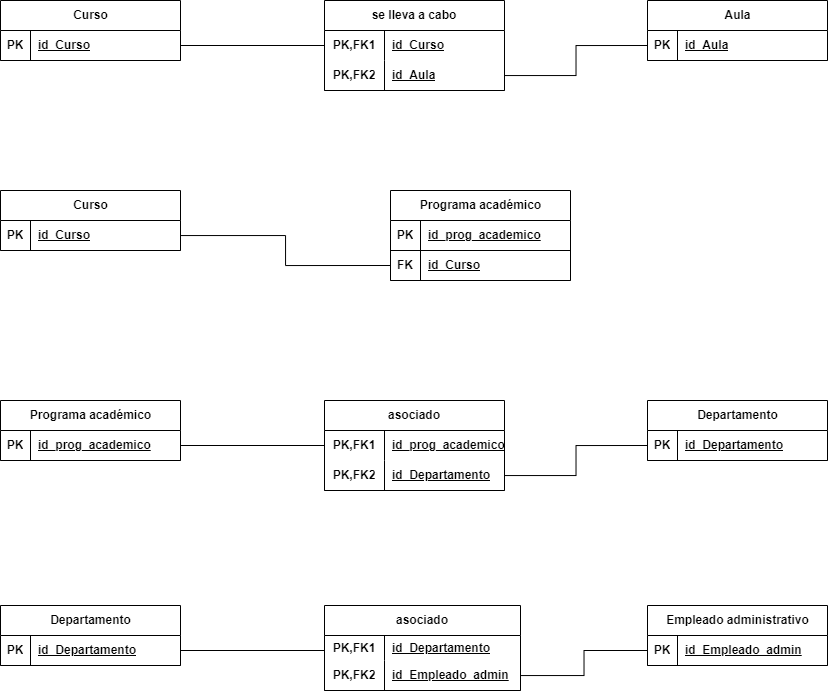
This is modelo-relacional/modelo-relacional.drawio.png from RafaelMayor/proyectoBBDD, a draw.io export, as it was before one commit. Source tidied: cells renumbered, new cells last; positions are measured from the earlier drawing's top-left corner, leaving out a move shared by most shapes.
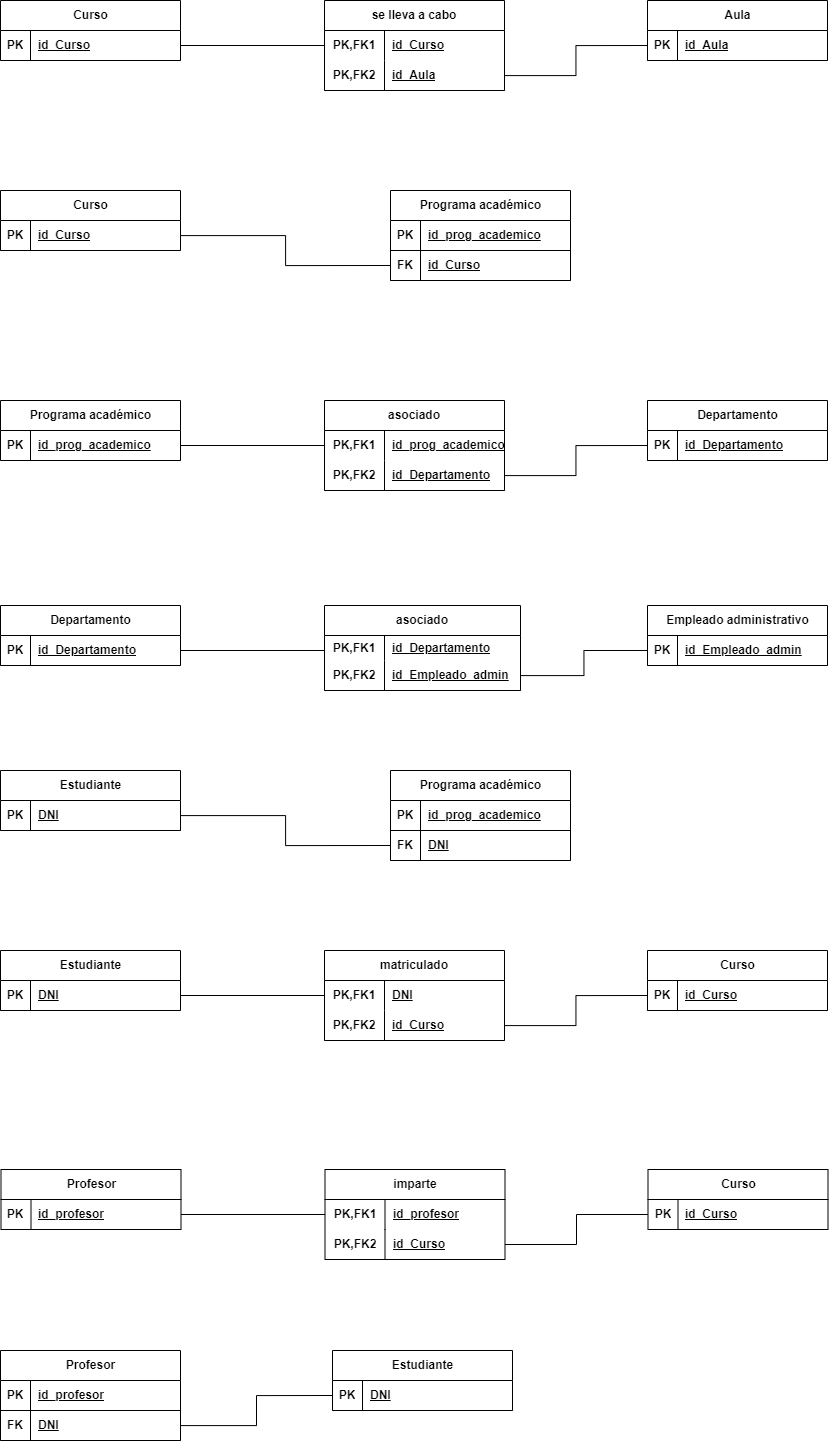
The same diagram one commit later.

The edit, as a diff of the source:
```diff
@@ -195,5 +195,179 @@
         </Array>
       </mxGeometry>
     </mxCell>
+    <mxCell id="65" value="Estudiante" style="shape=table;startSize=30;rowLines=0;fontStyle=1;align=center;html=1;" parent="1" vertex="1">
+      <mxGeometry y="770" width="180" height="60" as="geometry" />
+    </mxCell>
+    <mxCell id="66" style="shape=tableRow;horizontal=0;startSize=0;swimlaneHead=0;swimlaneBody=0;fillColor=none;points=[[0,0.5],[1,0.5]];portConstraint=eastwest;top=0;left=0;right=0;bottom=1;" parent="65" vertex="1">
+      <mxGeometry y="30" width="180" height="30" as="geometry" />
+    </mxCell>
+    <mxCell id="67" value="PK" style="shape=partialRectangle;fillColor=none;top=0;left=0;bottom=0;right=0;fontStyle=1;overflow=hidden;whiteSpace=wrap;html=1;" parent="66" vertex="1">
+      <mxGeometry width="30" height="30" as="geometry" />
+    </mxCell>
+    <mxCell id="68" value="DNI" style="shape=partialRectangle;fillColor=none;top=0;left=0;bottom=0;right=0;align=left;spacingLeft=6;fontStyle=5;overflow=hidden;whiteSpace=wrap;html=1;" parent="66" vertex="1">
+      <mxGeometry x="30" width="150" height="30" as="geometry" />
+    </mxCell>
+    <mxCell id="69" value="Programa académico" style="shape=table;startSize=30;rowLines=0;fontStyle=1;align=center;html=1;" parent="1" vertex="1">
+      <mxGeometry x="390" y="770" width="180" height="90" as="geometry" />
+    </mxCell>
+    <mxCell id="70" style="shape=tableRow;horizontal=0;startSize=0;swimlaneHead=0;swimlaneBody=0;fillColor=none;top=0;left=0;right=0;bottom=1;" parent="69" vertex="1">
+      <mxGeometry y="30" width="180" height="30" as="geometry" />
+    </mxCell>
+    <mxCell id="71" value="PK" style="shape=partialRectangle;fillColor=none;top=0;left=0;bottom=0;right=0;fontStyle=1;overflow=hidden;whiteSpace=wrap;html=1;" parent="70" vertex="1">
+      <mxGeometry width="30" height="30" as="geometry" />
+    </mxCell>
+    <mxCell id="72" value="id_prog_academico" style="shape=partialRectangle;fillColor=none;top=0;left=0;bottom=0;right=0;align=left;spacingLeft=6;fontStyle=5;overflow=hidden;whiteSpace=wrap;html=1;" parent="70" vertex="1">
+      <mxGeometry x="30" width="150" height="30" as="geometry" />
+    </mxCell>
+    <mxCell id="73" style="shape=tableRow;horizontal=0;startSize=0;swimlaneHead=0;swimlaneBody=0;fillColor=none;points=[[0,0.5],[1,0.5]];portConstraint=eastwest;top=0;left=0;right=0;bottom=1;" parent="69" vertex="1">
+      <mxGeometry y="60" width="180" height="30" as="geometry" />
+    </mxCell>
+    <mxCell id="74" value="FK" style="shape=partialRectangle;fillColor=none;top=0;left=0;bottom=0;right=0;fontStyle=1;overflow=hidden;whiteSpace=wrap;html=1;" parent="73" vertex="1">
+      <mxGeometry width="30" height="30" as="geometry" />
+    </mxCell>
+    <mxCell id="75" value="DNI" style="shape=partialRectangle;fillColor=none;top=0;left=0;bottom=0;right=0;align=left;spacingLeft=6;fontStyle=5;overflow=hidden;whiteSpace=wrap;html=1;" parent="73" vertex="1">
+      <mxGeometry x="30" width="150" height="30" as="geometry" />
+    </mxCell>
+    <mxCell id="76" style="edgeStyle=orthogonalEdgeStyle;rounded=0;jettySize=auto;html=1;entryX=0;entryY=0.5;entryDx=0;entryDy=0;endArrow=none;endFill=0;" parent="1" edge="1" source="66" target="73">
+      <mxGeometry relative="1" as="geometry" />
+    </mxCell>
+    <mxCell id="77" value="matriculado" style="shape=table;startSize=30;rowLines=0;fontStyle=1;align=center;html=1;whiteSpace=wrap;" parent="1" vertex="1">
+      <mxGeometry x="324" y="950" width="180" height="90" as="geometry" />
+    </mxCell>
+    <mxCell id="78" style="shape=tableRow;horizontal=0;startSize=0;swimlaneHead=0;swimlaneBody=0;fillColor=none;points=[[0,0.5],[1,0.5]];portConstraint=eastwest;top=0;left=0;right=0;bottom=0;html=1;" parent="77" vertex="1">
+      <mxGeometry y="30" width="180" height="30" as="geometry" />
+    </mxCell>
+    <mxCell id="79" value="PK,FK1" style="shape=partialRectangle;fillColor=none;top=0;left=0;bottom=0;right=0;fontStyle=1;overflow=hidden;html=1;whiteSpace=wrap;" parent="78" vertex="1">
+      <mxGeometry width="60" height="30" as="geometry" />
+    </mxCell>
+    <mxCell id="80" value="DNI" style="shape=partialRectangle;fillColor=none;top=0;left=0;bottom=0;right=0;align=left;spacingLeft=6;fontStyle=5;overflow=hidden;html=1;whiteSpace=wrap;" parent="78" vertex="1">
+      <mxGeometry x="60" width="120" height="30" as="geometry" />
+    </mxCell>
+    <mxCell id="81" style="shape=tableRow;horizontal=0;startSize=0;swimlaneHead=0;swimlaneBody=0;fillColor=none;points=[[0,0.5],[1,0.5]];portConstraint=eastwest;top=0;left=0;right=0;bottom=1;html=1;" parent="77" vertex="1">
+      <mxGeometry y="60" width="180" height="30" as="geometry" />
+    </mxCell>
+    <mxCell id="82" value="PK,FK2" style="shape=partialRectangle;fillColor=none;top=0;left=0;bottom=0;right=0;fontStyle=1;overflow=hidden;html=1;whiteSpace=wrap;" parent="81" vertex="1">
+      <mxGeometry width="60" height="30" as="geometry" />
+    </mxCell>
+    <mxCell id="83" value="id_Curso" style="shape=partialRectangle;fillColor=none;top=0;left=0;bottom=0;right=0;align=left;spacingLeft=6;fontStyle=5;overflow=hidden;html=1;whiteSpace=wrap;" parent="81" vertex="1">
+      <mxGeometry x="60" width="120" height="30" as="geometry" />
+    </mxCell>
+    <mxCell id="84" value="Curso" style="shape=table;startSize=30;rowLines=0;fontStyle=1;align=center;html=1;" parent="1" vertex="1">
+      <mxGeometry x="647" y="950" width="180" height="60" as="geometry" />
+    </mxCell>
+    <mxCell id="85" style="shape=tableRow;horizontal=0;startSize=0;swimlaneHead=0;swimlaneBody=0;fillColor=none;points=[[0,0.5],[1,0.5]];portConstraint=eastwest;top=0;left=0;right=0;bottom=1;" parent="84" vertex="1">
+      <mxGeometry y="30" width="180" height="30" as="geometry" />
+    </mxCell>
+    <mxCell id="86" value="PK" style="shape=partialRectangle;fillColor=none;top=0;left=0;bottom=0;right=0;fontStyle=1;overflow=hidden;whiteSpace=wrap;html=1;" parent="85" vertex="1">
+      <mxGeometry width="30" height="30" as="geometry" />
+    </mxCell>
+    <mxCell id="87" value="id_Curso" style="shape=partialRectangle;fillColor=none;top=0;left=0;bottom=0;right=0;align=left;spacingLeft=6;fontStyle=5;overflow=hidden;whiteSpace=wrap;html=1;" parent="85" vertex="1">
+      <mxGeometry x="30" width="150" height="30" as="geometry" />
+    </mxCell>
+    <mxCell id="88" value="Estudiante" style="shape=table;startSize=30;rowLines=0;fontStyle=1;align=center;html=1;" parent="1" vertex="1">
+      <mxGeometry y="950" width="180" height="60" as="geometry" />
+    </mxCell>
+    <mxCell id="89" style="shape=tableRow;horizontal=0;startSize=0;swimlaneHead=0;swimlaneBody=0;fillColor=none;points=[[0,0.5],[1,0.5]];portConstraint=eastwest;top=0;left=0;right=0;bottom=1;" parent="88" vertex="1">
+      <mxGeometry y="30" width="180" height="30" as="geometry" />
+    </mxCell>
+    <mxCell id="90" value="PK" style="shape=partialRectangle;fillColor=none;top=0;left=0;bottom=0;right=0;fontStyle=1;overflow=hidden;whiteSpace=wrap;html=1;" parent="89" vertex="1">
+      <mxGeometry width="30" height="30" as="geometry" />
+    </mxCell>
+    <mxCell id="91" value="DNI" style="shape=partialRectangle;fillColor=none;top=0;left=0;bottom=0;right=0;align=left;spacingLeft=6;fontStyle=5;overflow=hidden;whiteSpace=wrap;html=1;" parent="89" vertex="1">
+      <mxGeometry x="30" width="150" height="30" as="geometry" />
+    </mxCell>
+    <mxCell id="92" style="edgeStyle=orthogonalEdgeStyle;rounded=0;jettySize=auto;html=1;entryX=0;entryY=0.5;entryDx=0;entryDy=0;endArrow=none;endFill=0;" parent="1" edge="1" source="89" target="78">
+      <mxGeometry relative="1" as="geometry" />
+    </mxCell>
+    <mxCell id="93" style="edgeStyle=orthogonalEdgeStyle;rounded=0;jettySize=auto;html=1;entryX=0;entryY=0.5;entryDx=0;entryDy=0;endArrow=none;endFill=0;" parent="1" edge="1" source="81" target="85">
+      <mxGeometry relative="1" as="geometry" />
+    </mxCell>
+    <mxCell id="94" value="imparte" style="shape=table;startSize=30;rowLines=0;fontStyle=1;align=center;html=1;whiteSpace=wrap;" parent="1" vertex="1">
+      <mxGeometry x="324.5" y="1169" width="180" height="90" as="geometry" />
+    </mxCell>
+    <mxCell id="95" style="shape=tableRow;horizontal=0;startSize=0;swimlaneHead=0;swimlaneBody=0;fillColor=none;points=[[0,0.5],[1,0.5]];portConstraint=eastwest;top=0;left=0;right=0;bottom=0;html=1;" parent="94" vertex="1">
+      <mxGeometry y="30" width="180" height="30" as="geometry" />
+    </mxCell>
+    <mxCell id="96" value="PK,FK1" style="shape=partialRectangle;fillColor=none;top=0;left=0;bottom=0;right=0;fontStyle=1;overflow=hidden;html=1;whiteSpace=wrap;" parent="95" vertex="1">
+      <mxGeometry width="60" height="30" as="geometry" />
+    </mxCell>
+    <mxCell id="97" value="id_profesor" style="shape=partialRectangle;fillColor=none;top=0;left=0;bottom=0;right=0;align=left;spacingLeft=6;fontStyle=5;overflow=hidden;html=1;whiteSpace=wrap;" parent="95" vertex="1">
+      <mxGeometry x="60" width="120" height="30" as="geometry" />
+    </mxCell>
+    <mxCell id="98" style="shape=tableRow;horizontal=0;startSize=0;swimlaneHead=0;swimlaneBody=0;fillColor=none;points=[[0,0.5],[1,0.5]];portConstraint=eastwest;top=0;left=0;right=0;bottom=1;html=1;" parent="94" vertex="1">
+      <mxGeometry y="60" width="180" height="30" as="geometry" />
+    </mxCell>
+    <mxCell id="99" value="PK,FK2" style="shape=partialRectangle;fillColor=none;top=0;left=0;bottom=0;right=0;fontStyle=1;overflow=hidden;html=1;whiteSpace=wrap;" parent="98" vertex="1">
+      <mxGeometry width="60" height="30" as="geometry" />
+    </mxCell>
+    <mxCell id="100" value="id_Curso" style="shape=partialRectangle;fillColor=none;top=0;left=0;bottom=0;right=0;align=left;spacingLeft=6;fontStyle=5;overflow=hidden;html=1;whiteSpace=wrap;" parent="98" vertex="1">
+      <mxGeometry x="60" width="120" height="30" as="geometry" />
+    </mxCell>
+    <mxCell id="101" value="Curso" style="shape=table;startSize=30;rowLines=0;fontStyle=1;align=center;html=1;" parent="1" vertex="1">
+      <mxGeometry x="647.5" y="1169" width="180" height="60" as="geometry" />
+    </mxCell>
+    <mxCell id="102" style="shape=tableRow;horizontal=0;startSize=0;swimlaneHead=0;swimlaneBody=0;fillColor=none;points=[[0,0.5],[1,0.5]];portConstraint=eastwest;top=0;left=0;right=0;bottom=1;" parent="101" vertex="1">
+      <mxGeometry y="30" width="180" height="30" as="geometry" />
+    </mxCell>
+    <mxCell id="103" value="PK" style="shape=partialRectangle;fillColor=none;top=0;left=0;bottom=0;right=0;fontStyle=1;overflow=hidden;whiteSpace=wrap;html=1;" parent="102" vertex="1">
+      <mxGeometry width="30" height="30" as="geometry" />
+    </mxCell>
+    <mxCell id="104" value="id_Curso" style="shape=partialRectangle;fillColor=none;top=0;left=0;bottom=0;right=0;align=left;spacingLeft=6;fontStyle=5;overflow=hidden;whiteSpace=wrap;html=1;" parent="102" vertex="1">
+      <mxGeometry x="30" width="150" height="30" as="geometry" />
+    </mxCell>
+    <mxCell id="105" value="Profesor" style="shape=table;startSize=30;rowLines=0;fontStyle=1;align=center;html=1;" parent="1" vertex="1">
+      <mxGeometry x="0.5" y="1169" width="180" height="60" as="geometry" />
+    </mxCell>
+    <mxCell id="106" style="shape=tableRow;horizontal=0;startSize=0;swimlaneHead=0;swimlaneBody=0;fillColor=none;points=[[0,0.5],[1,0.5]];portConstraint=eastwest;top=0;left=0;right=0;bottom=1;" parent="105" vertex="1">
+      <mxGeometry y="30" width="180" height="30" as="geometry" />
+    </mxCell>
+    <mxCell id="107" value="PK" style="shape=partialRectangle;fillColor=none;top=0;left=0;bottom=0;right=0;fontStyle=1;overflow=hidden;whiteSpace=wrap;html=1;" parent="106" vertex="1">
+      <mxGeometry width="30" height="30" as="geometry" />
+    </mxCell>
+    <mxCell id="108" value="id_profesor" style="shape=partialRectangle;fillColor=none;top=0;left=0;bottom=0;right=0;align=left;spacingLeft=6;fontStyle=5;overflow=hidden;whiteSpace=wrap;html=1;" parent="106" vertex="1">
+      <mxGeometry x="30" width="150" height="30" as="geometry" />
+    </mxCell>
+    <mxCell id="109" style="edgeStyle=orthogonalEdgeStyle;rounded=0;jettySize=auto;html=1;entryX=0;entryY=0.5;entryDx=0;entryDy=0;endArrow=none;endFill=0;" parent="1" edge="1" source="106" target="95">
+      <mxGeometry relative="1" as="geometry" />
+    </mxCell>
+    <mxCell id="110" style="edgeStyle=orthogonalEdgeStyle;rounded=0;jettySize=auto;html=1;entryX=0;entryY=0.5;entryDx=0;entryDy=0;endArrow=none;endFill=0;" parent="1" edge="1" source="98" target="102">
+      <mxGeometry relative="1" as="geometry" />
+    </mxCell>
+    <mxCell id="111" value="Profesor" style="shape=table;startSize=30;rowLines=0;fontStyle=1;align=center;html=1;" parent="1" vertex="1">
+      <mxGeometry y="1350" width="180" height="90" as="geometry" />
+    </mxCell>
+    <mxCell id="112" style="shape=tableRow;horizontal=0;startSize=0;swimlaneHead=0;swimlaneBody=0;fillColor=none;top=0;left=0;right=0;bottom=1;" parent="111" vertex="1">
+      <mxGeometry y="30" width="180" height="30" as="geometry" />
+    </mxCell>
+    <mxCell id="113" value="PK" style="shape=partialRectangle;fillColor=none;top=0;left=0;bottom=0;right=0;fontStyle=1;overflow=hidden;whiteSpace=wrap;html=1;" parent="112" vertex="1">
+      <mxGeometry width="30" height="30" as="geometry" />
+    </mxCell>
+    <mxCell id="114" value="id_profesor" style="shape=partialRectangle;fillColor=none;top=0;left=0;bottom=0;right=0;align=left;spacingLeft=6;fontStyle=5;overflow=hidden;whiteSpace=wrap;html=1;" parent="112" vertex="1">
+      <mxGeometry x="30" width="150" height="30" as="geometry" />
+    </mxCell>
+    <mxCell id="115" style="shape=tableRow;horizontal=0;startSize=0;swimlaneHead=0;swimlaneBody=0;fillColor=none;points=[[0,0.5],[1,0.5]];portConstraint=eastwest;top=0;left=0;right=0;bottom=1;" parent="111" vertex="1">
+      <mxGeometry y="60" width="180" height="30" as="geometry" />
+    </mxCell>
+    <mxCell id="116" value="FK" style="shape=partialRectangle;fillColor=none;top=0;left=0;bottom=0;right=0;fontStyle=1;overflow=hidden;whiteSpace=wrap;html=1;" parent="115" vertex="1">
+      <mxGeometry width="30" height="30" as="geometry" />
+    </mxCell>
+    <mxCell id="117" value="DNI" style="shape=partialRectangle;fillColor=none;top=0;left=0;bottom=0;right=0;align=left;spacingLeft=6;fontStyle=5;overflow=hidden;whiteSpace=wrap;html=1;" parent="115" vertex="1">
+      <mxGeometry x="30" width="150" height="30" as="geometry" />
+    </mxCell>
+    <mxCell id="118" value="Estudiante" style="shape=table;startSize=30;rowLines=0;fontStyle=1;align=center;html=1;" parent="1" vertex="1">
+      <mxGeometry x="332" y="1350" width="180" height="60" as="geometry" />
+    </mxCell>
+    <mxCell id="119" style="shape=tableRow;horizontal=0;startSize=0;swimlaneHead=0;swimlaneBody=0;fillColor=none;points=[[0,0.5],[1,0.5]];portConstraint=eastwest;top=0;left=0;right=0;bottom=1;" parent="118" vertex="1">
+      <mxGeometry y="30" width="180" height="30" as="geometry" />
+    </mxCell>
+    <mxCell id="120" value="PK" style="shape=partialRectangle;fillColor=none;top=0;left=0;bottom=0;right=0;fontStyle=1;overflow=hidden;whiteSpace=wrap;html=1;" parent="119" vertex="1">
+      <mxGeometry width="30" height="30" as="geometry" />
+    </mxCell>
+    <mxCell id="121" value="DNI" style="shape=partialRectangle;fillColor=none;top=0;left=0;bottom=0;right=0;align=left;spacingLeft=6;fontStyle=5;overflow=hidden;whiteSpace=wrap;html=1;" parent="119" vertex="1">
+      <mxGeometry x="30" width="150" height="30" as="geometry" />
+    </mxCell>
+    <mxCell id="122" style="edgeStyle=orthogonalEdgeStyle;rounded=0;jettySize=auto;html=1;entryX=0;entryY=0.5;entryDx=0;entryDy=0;endArrow=none;endFill=0;" parent="1" edge="1" source="115" target="119">
+      <mxGeometry relative="1" as="geometry" />
+    </mxCell>
   </root>
 </mxGraphModel>
```
